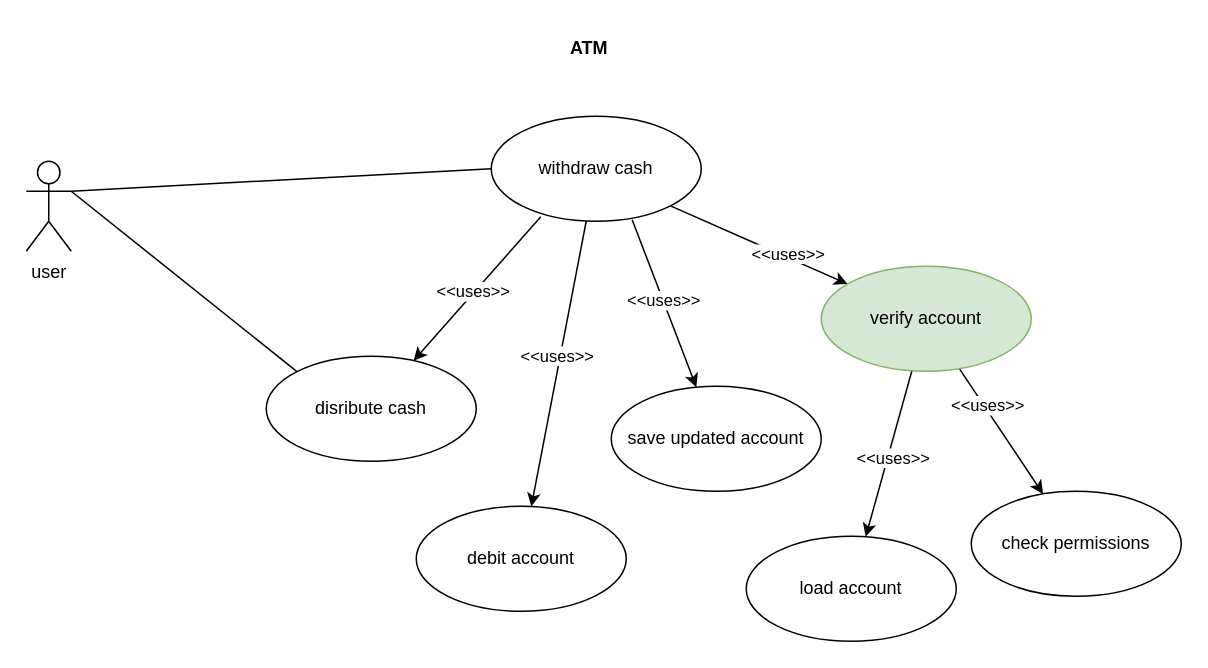
Above: doc/withdraw-uc.drawio in gushakov/atm-subcase (draw.io), before the change. Source tidied: cells renumbered, new cells numbered last; positions are measured from the earlier drawing's top-left corner, leaving out a move shared by most shapes. Both pictures are drawn from the tidied source at 150%, with x=0, y=0 at pixel (26, 26).
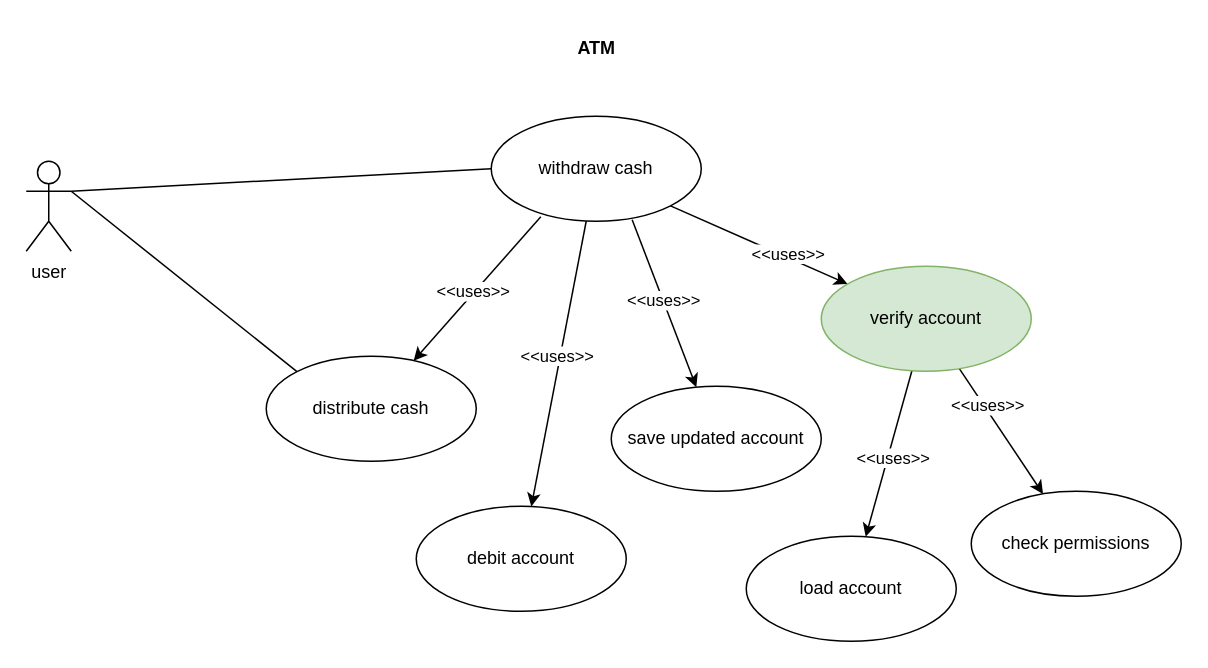
After the change.

Commit message (it also covers changes not shown here):
unit test, diagrams, readme

What changed in the source:
```diff
@@
     <mxCell id="14" value="&lt;b&gt;ATM&lt;/b&gt;" style="text;html=1;align=center;verticalAlign=middle;strokeColor=none;fillColor=none;" parent="1" vertex="1">
-      <mxGeometry x="350" width="50" height="30" as="geometry" />
+      <mxGeometry x="355" width="50" height="30" as="geometry" />
     </mxCell>
@@
-    <mxCell id="22" value="disribute cash" style="ellipse;whiteSpace=wrap;html=1;" parent="1" vertex="1">
+    <mxCell id="22" value="distribute cash" style="ellipse;whiteSpace=wrap;html=1;" parent="1" vertex="1">
       <mxGeometry x="160" y="220" width="140" height="70" as="geometry" />
     </mxCell>
```
